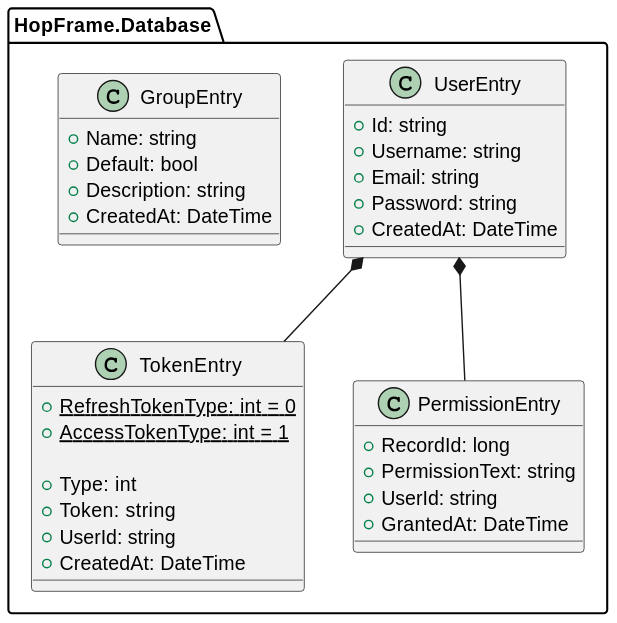
The PlantUML diagram docs/Diagrams/Models/img/DatabaseModels.svg in leonhoppe/HopFrame, before a commit. The source it was exported from:
```plantuml
@startuml
set namespaceSeparator none

namespace HopFrame.Database {
    class UserEntry {
        +Id: string
        +Username: string
        +Email: string
        +Password: string
        +CreatedAt: DateTime
    }

    class TokenEntry {
        {static} +RefreshTokenType: int = 0
        {static} +AccessTokenType: int = 1

        +Type: int
        +Token: string
        +UserId: string
        +CreatedAt: DateTime
    }

    class PermissionEntry {
        +RecordId: long
        +PermissionText: string
        +UserId: string
        +GrantedAt: DateTime
    }

    class GroupEntry {
        +Name: string
        +Default: bool
        +Description: string
        +CreatedAt: DateTime
    }
}

UserEntry *-- TokenEntry
UserEntry *-- PermissionEntry
@enduml
```
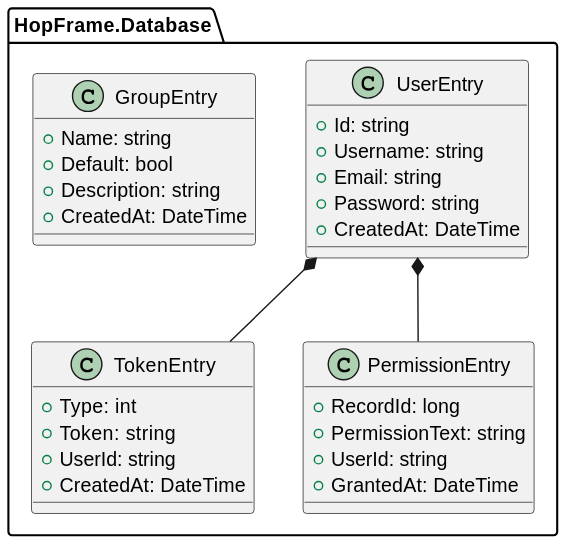
After the change.

The edit, as a diff of the source:
```diff
@@ -11,9 +11,6 @@
     }
 
     class TokenEntry {
-        {static} +RefreshTokenType: int = 0
-        {static} +AccessTokenType: int = 1
-
         +Type: int
         +Token: string
         +UserId: string
```
